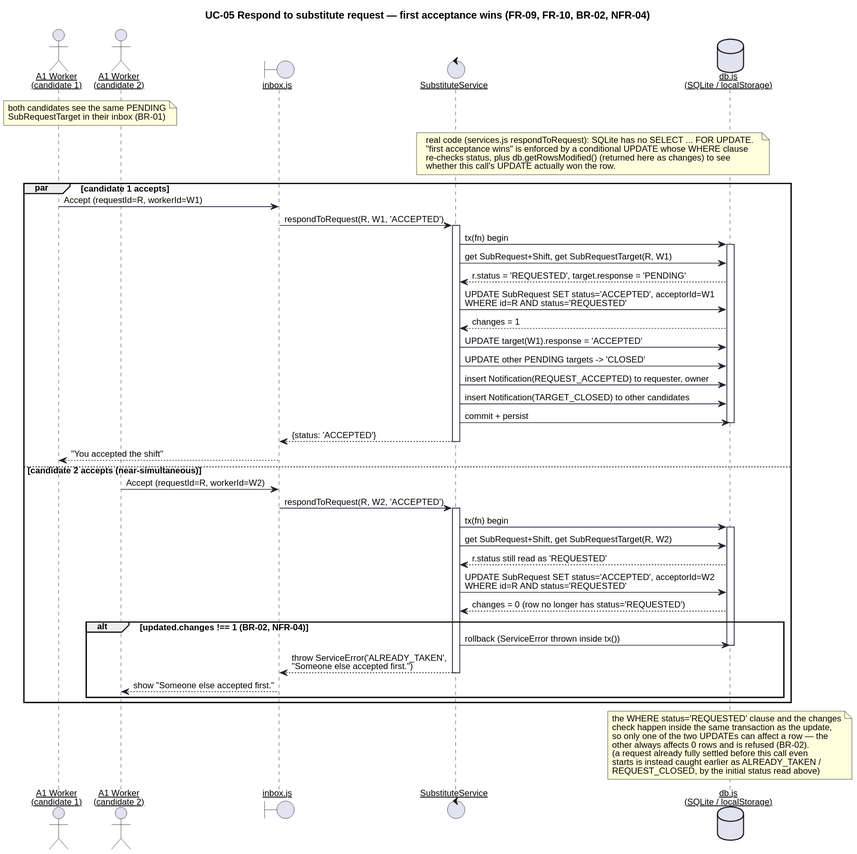
keemlogan/shiftswap keeps this PlantUML diagram as uml/seq-2-accept.svg. Above is the earlier version.
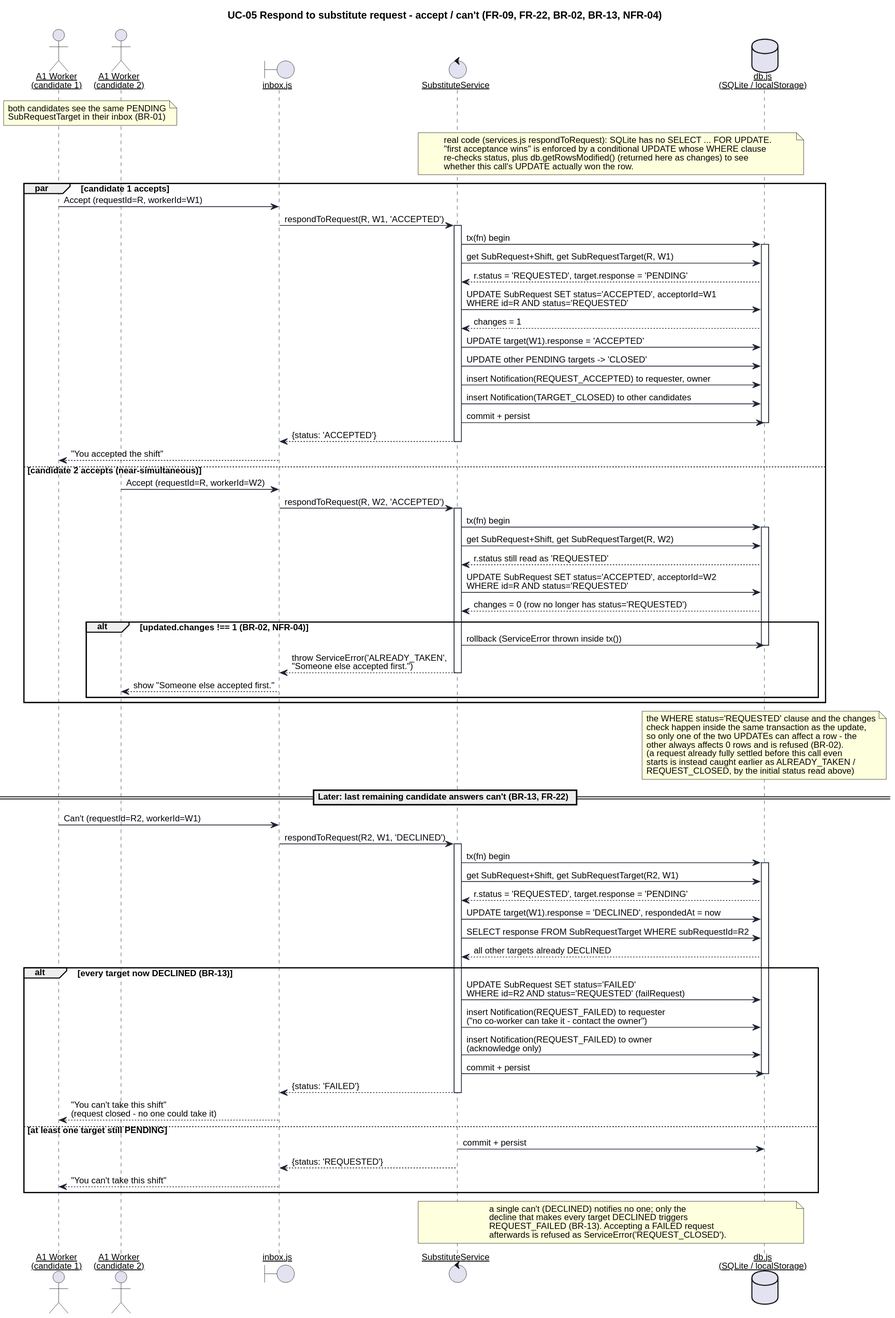
Later version of the same file.

What changed in the source:
```diff
@@ -15,7 +15,7 @@
   BoxBorderColor #1C2230
 }
 
-title UC-05 Respond to substitute request — first acceptance wins (FR-09, FR-10, BR-02, NFR-04)
+title UC-05 Respond to substitute request - accept / can't (FR-09, FR-22, BR-02, BR-13, NFR-04)
 
 actor "A1 Worker\n(candidate 1)" as W1
 actor "A1 Worker\n(candidate 2)" as W2
@@ -73,10 +73,47 @@
 note over DB
   the WHERE status='REQUESTED' clause and the changes
   check happen inside the same transaction as the update,
-  so only one of the two UPDATEs can affect a row — the
+  so only one of the two UPDATEs can affect a row - the
   other always affects 0 rows and is refused (BR-02).
   (a request already fully settled before this call even
   starts is instead caught earlier as ALREADY_TAKEN /
   REQUEST_CLOSED, by the initial status read above)
 end note
+
+== Later: last remaining candidate answers can't (BR-13, FR-22) ==
+
+W1 -> UI : Can't (requestId=R2, workerId=W1)
+UI -> Svc : respondToRequest(R2, W1, 'DECLINED')
+activate Svc
+Svc -> DB : tx(fn) begin
+activate DB
+Svc -> DB : get SubRequest+Shift, get SubRequestTarget(R2, W1)
+DB --> Svc : r.status = 'REQUESTED', target.response = 'PENDING'
+Svc -> DB : UPDATE target(W1).response = 'DECLINED', respondedAt = now
+Svc -> DB : SELECT response FROM SubRequestTarget WHERE subRequestId=R2
+DB --> Svc : all other targets already DECLINED
+
+alt every target now DECLINED (BR-13)
+  Svc -> DB : UPDATE SubRequest SET status='FAILED'\nWHERE id=R2 AND status='REQUESTED' (failRequest)
+  Svc -> DB : insert Notification(REQUEST_FAILED) to requester\n("no co-worker can take it - contact the owner")
+  Svc -> DB : insert Notification(REQUEST_FAILED) to owner\n(acknowledge only)
+  Svc -> DB : commit + persist
+  deactivate DB
+  Svc --> UI : {status: 'FAILED'}
+  deactivate Svc
+  UI --> W1 : "You can't take this shift"\n(request closed - no one could take it)
+else at least one target still PENDING
+  Svc -> DB : commit + persist
+  deactivate DB
+  Svc --> UI : {status: 'REQUESTED'}
+  deactivate Svc
+  UI --> W1 : "You can't take this shift"
+end
+
+note over Svc, DB
+  a single can't (DECLINED) notifies no one; only the
+  decline that makes every target DECLINED triggers
+  REQUEST_FAILED (BR-13). Accepting a FAILED request
+  afterwards is refused as ServiceError('REQUEST_CLOSED').
+end note
 @enduml
```
